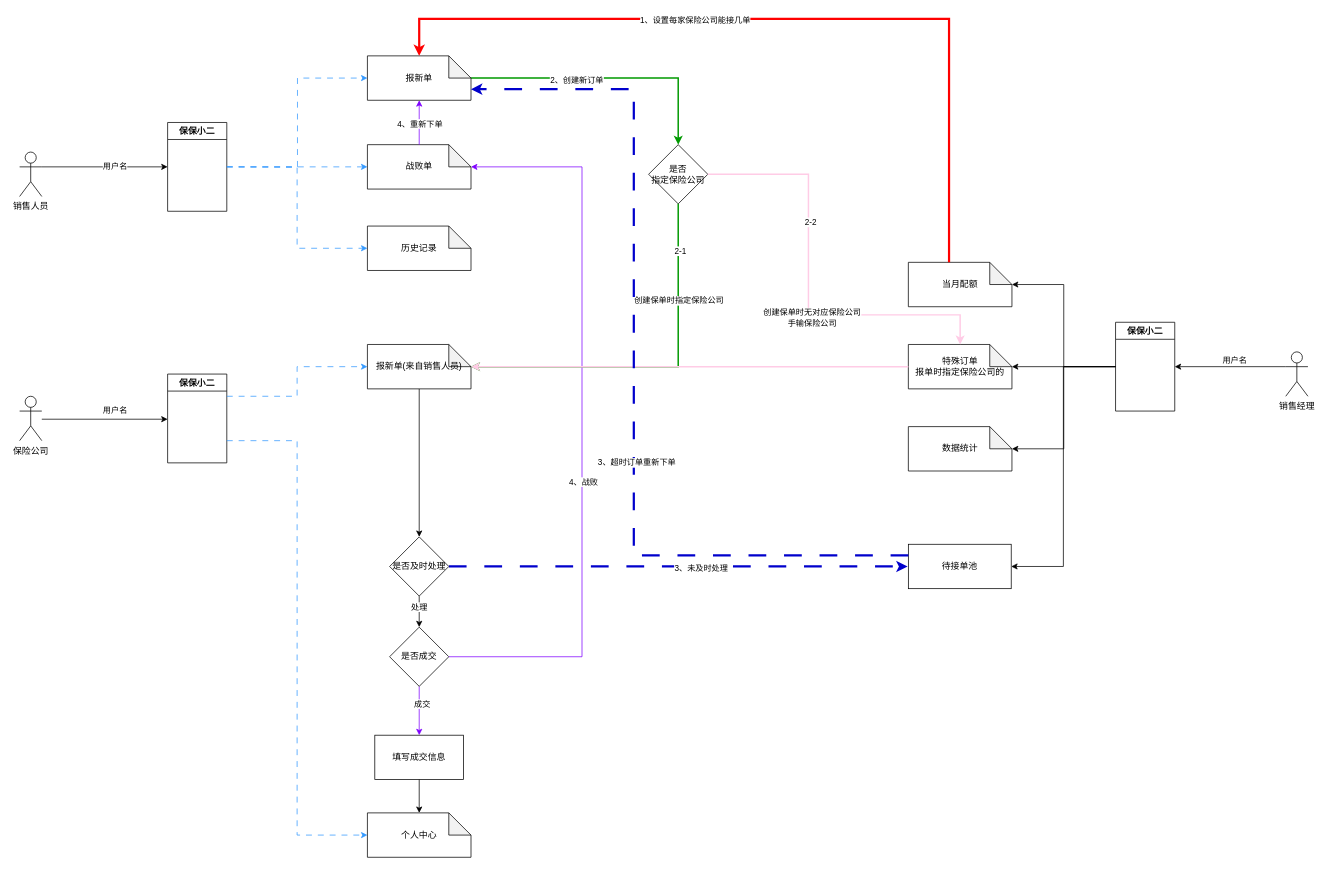
Before: JeecgBoot包结构图.drawio in loverfang/mydiagrams, a draw.io diagram. Source tidied: cells renumbered, new cells numbered last; positions are measured from the earlier drawing's top-left corner, leaving out a move shared by most shapes. Both pictures are drawn from the tidied source at 74%, with x=0, y=0 at pixel (19, 18).
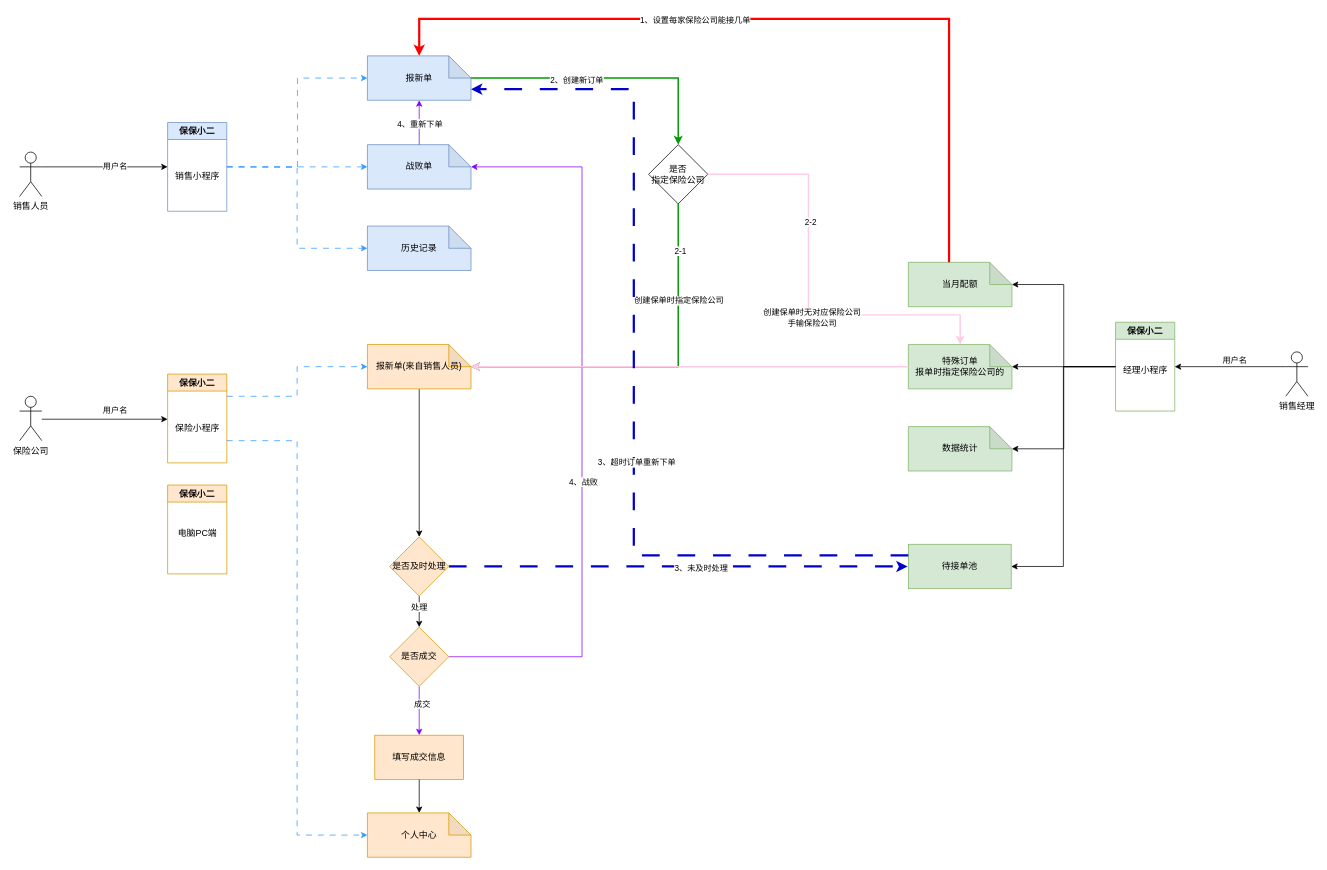
The same diagram, later.

What changed in the source:
```diff
@@
-    <mxCell id="5" value="保保小二" style="swimlane;whiteSpace=wrap;html=1;startSize=23;" parent="1" vertex="1">
+    <mxCell id="5" value="保保小二" style="swimlane;whiteSpace=wrap;html=1;startSize=23;fillColor=#dae8fc;strokeColor=#6c8ebf;" parent="1" vertex="1">
       <mxGeometry x="200" y="140" width="80" height="120" as="geometry" />
     </mxCell>
@@
-    <mxCell id="8" value="报新单" style="shape=note;whiteSpace=wrap;html=1;backgroundOutline=1;darkOpacity=0.05;" parent="1" vertex="1">
+    <mxCell id="8" value="报新单" style="shape=note;whiteSpace=wrap;html=1;backgroundOutline=1;darkOpacity=0.05;fillColor=#dae8fc;strokeColor=#6c8ebf;" parent="1" vertex="1">
       <mxGeometry x="470" y="50" width="140" height="60" as="geometry" />
     </mxCell>
-    <mxCell id="9" value="历史记录" style="shape=note;whiteSpace=wrap;html=1;backgroundOutline=1;darkOpacity=0.05;" parent="1" vertex="1">
+    <mxCell id="9" value="历史记录" style="shape=note;whiteSpace=wrap;html=1;backgroundOutline=1;darkOpacity=0.05;fillColor=#dae8fc;strokeColor=#6c8ebf;" parent="1" vertex="1">
       <mxGeometry x="470" y="280" width="140" height="60" as="geometry" />
     </mxCell>
@@
-    <mxCell id="12" value="战败单" style="shape=note;whiteSpace=wrap;html=1;backgroundOutline=1;darkOpacity=0.05;" parent="1" vertex="1">
+    <mxCell id="12" value="战败单" style="shape=note;whiteSpace=wrap;html=1;backgroundOutline=1;darkOpacity=0.05;fillColor=#dae8fc;strokeColor=#6c8ebf;" parent="1" vertex="1">
       <mxGeometry x="470" y="170" width="140" height="60" as="geometry" />
     </mxCell>
@@
-    <mxCell id="16" value="保保小二" style="swimlane;whiteSpace=wrap;html=1;startSize=23;" parent="1" vertex="1">
+    <mxCell id="16" value="保保小二" style="swimlane;whiteSpace=wrap;html=1;startSize=23;fillColor=#ffe6cc;strokeColor=#d79b00;" parent="1" vertex="1">
       <mxGeometry x="200" y="480" width="80" height="120" as="geometry" />
     </mxCell>
@@
-    <mxCell id="19" value="报新单(来自销售人员)" style="shape=note;whiteSpace=wrap;html=1;backgroundOutline=1;darkOpacity=0.05;" parent="1" vertex="1">
+    <mxCell id="19" value="报新单(来自销售人员)" style="shape=note;whiteSpace=wrap;html=1;backgroundOutline=1;darkOpacity=0.05;fillColor=#ffe6cc;strokeColor=#d79b00;" parent="1" vertex="1">
       <mxGeometry x="470" y="440" width="140" height="60" as="geometry" />
     </mxCell>
-    <mxCell id="20" value="个人中心" style="shape=note;whiteSpace=wrap;html=1;backgroundOutline=1;darkOpacity=0.05;" parent="1" vertex="1">
+    <mxCell id="20" value="个人中心" style="shape=note;whiteSpace=wrap;html=1;backgroundOutline=1;darkOpacity=0.05;fillColor=#ffe6cc;strokeColor=#d79b00;" parent="1" vertex="1">
       <mxGeometry x="470" y="1073" width="140" height="60" as="geometry" />
     </mxCell>
@@
-    <mxCell id="25" value="是否成交" style="rhombus;whiteSpace=wrap;html=1;" parent="1" vertex="1">
+    <mxCell id="25" value="是否成交" style="rhombus;whiteSpace=wrap;html=1;fillColor=#ffe6cc;strokeColor=#d79b00;" parent="1" vertex="1">
       <mxGeometry x="500" y="822" width="80" height="80" as="geometry" />
     </mxCell>
-    <mxCell id="26" value="填写成交信息" style="rounded=0;whiteSpace=wrap;html=1;" parent="1" vertex="1">
+    <mxCell id="26" value="填写成交信息" style="rounded=0;whiteSpace=wrap;html=1;fillColor=#ffe6cc;strokeColor=#d79b00;" parent="1" vertex="1">
       <mxGeometry x="480" y="968" width="120" height="60" as="geometry" />
     </mxCell>
@@
-    <mxCell id="32" value="是否及时处理" style="rhombus;whiteSpace=wrap;html=1;" parent="1" vertex="1">
+    <mxCell id="32" value="是否及时处理" style="rhombus;whiteSpace=wrap;html=1;fillColor=#ffe6cc;strokeColor=#d79b00;" parent="1" vertex="1">
       <mxGeometry x="500" y="700" width="80" height="80" as="geometry" />
     </mxCell>
@@
-    <mxCell id="35" value="保保小二" style="swimlane;whiteSpace=wrap;html=1;startSize=23;" parent="1" vertex="1">
+    <mxCell id="35" value="保保小二" style="swimlane;whiteSpace=wrap;html=1;startSize=23;fillColor=#d5e8d4;strokeColor=#82b366;" parent="1" vertex="1">
       <mxGeometry x="1481" y="410" width="80" height="120" as="geometry" />
     </mxCell>
+    <mxCell id="61" value="经理小程序" style="text;html=1;align=center;verticalAlign=middle;strokeColor=none;fillColor=none;" parent="35" vertex="1">
+      <mxGeometry y="50" width="80" height="30" as="geometry" />
+    </mxCell>
@@
-    <mxCell id="38" value="当月配额" style="shape=note;whiteSpace=wrap;html=1;backgroundOutline=1;darkOpacity=0.05;" parent="1" vertex="1">
+    <mxCell id="38" value="当月配额" style="shape=note;whiteSpace=wrap;html=1;backgroundOutline=1;darkOpacity=0.05;fillColor=#d5e8d4;strokeColor=#82b366;" parent="1" vertex="1">
       <mxGeometry x="1201" y="329" width="140" height="60" as="geometry" />
     </mxCell>
-    <mxCell id="39" value="特殊订单&lt;div&gt;报单时指定保险公司的&lt;/div&gt;" style="shape=note;whiteSpace=wrap;html=1;backgroundOutline=1;darkOpacity=0.05;" parent="1" vertex="1">
+    <mxCell id="39" value="特殊订单&lt;div&gt;报单时指定保险公司的&lt;/div&gt;" style="shape=note;whiteSpace=wrap;html=1;backgroundOutline=1;darkOpacity=0.05;fillColor=#d5e8d4;strokeColor=#82b366;" parent="1" vertex="1">
       <mxGeometry x="1201" y="440" width="140" height="60" as="geometry" />
     </mxCell>
-    <mxCell id="40" value="数据统计" style="shape=note;whiteSpace=wrap;html=1;backgroundOutline=1;darkOpacity=0.05;" parent="1" vertex="1">
+    <mxCell id="40" value="数据统计" style="shape=note;whiteSpace=wrap;html=1;backgroundOutline=1;darkOpacity=0.05;fillColor=#d5e8d4;strokeColor=#82b366;" parent="1" vertex="1">
       <mxGeometry x="1201" y="551" width="140" height="60" as="geometry" />
     </mxCell>
@@
-    <mxCell id="57" value="待接单池" style="whiteSpace=wrap;html=1;" parent="1" vertex="1">
+    <mxCell id="57" value="待接单池" style="whiteSpace=wrap;html=1;fillColor=#d5e8d4;strokeColor=#82b366;" parent="1" vertex="1">
       <mxGeometry x="1201" y="710" width="139" height="60" as="geometry" />
     </mxCell>
@@
+    <mxCell id="62" value="销售小程序" style="text;html=1;align=center;verticalAlign=middle;strokeColor=none;fillColor=none;" parent="1" vertex="1">
+      <mxGeometry x="200" y="198" width="80" height="30" as="geometry" />
+    </mxCell>
+    <mxCell id="63" value="保险小程序" style="text;html=1;align=center;verticalAlign=middle;strokeColor=none;fillColor=none;" parent="1" vertex="1">
+      <mxGeometry x="200" y="538" width="80" height="30" as="geometry" />
+    </mxCell>
+    <mxCell id="64" value="保保小二" style="swimlane;whiteSpace=wrap;html=1;startSize=23;fillColor=#ffe6cc;strokeColor=#d79b00;" parent="1" vertex="1">
+      <mxGeometry x="200" y="630" width="80" height="120" as="geometry" />
+    </mxCell>
+    <mxCell id="65" value="电脑PC端" style="text;html=1;align=center;verticalAlign=middle;strokeColor=none;fillColor=none;" parent="64" vertex="1">
+      <mxGeometry y="50" width="80" height="30" as="geometry" />
+    </mxCell>
```
